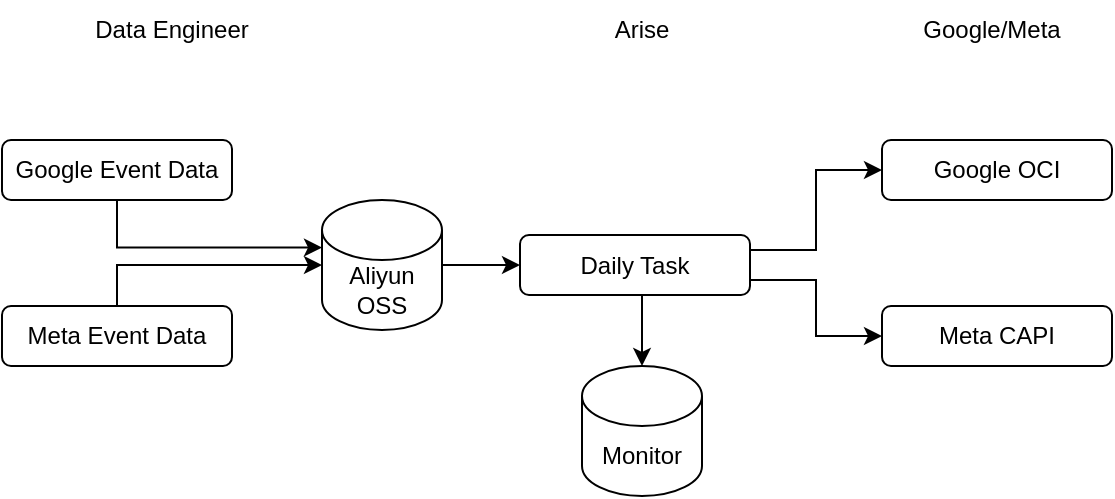
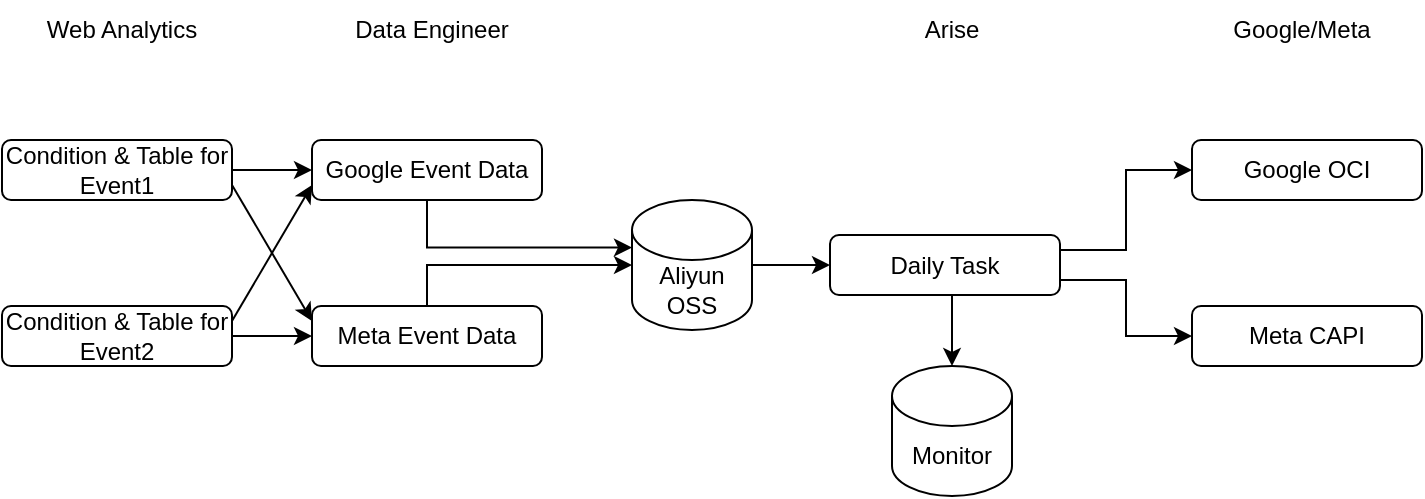
<mxfile host="app.diagrams.net">
  <diagram name="第 1 页" id="qYXcDUSgB2fVjih1zi0r">
-     <mxGraphModel dx="1414" dy="695" grid="1" gridSize="10" guides="1" tooltips="1" connect="1" arrows="1" fold="1" page="1" pageScale="1" pageWidth="827" pageHeight="1169" math="0" shadow="0">
+     <mxGraphModel dx="2241" dy="695" grid="1" gridSize="10" guides="1" tooltips="1" connect="1" arrows="1" fold="1" page="1" pageScale="1" pageWidth="827" pageHeight="1169" math="0" shadow="0">
      <root>
        <mxCell id="0" />
        <mxCell id="1" parent="0" />
        <mxCell id="QlAXcGHhuTlwJjGRX-wu-2" parent="1" style="text;html=1;whiteSpace=wrap;strokeColor=none;fillColor=none;align=center;verticalAlign=middle;rounded=0;" value="Data Engineer" vertex="1">
-           <mxGeometry height="30" width="110" x="70" y="50" as="geometry" />
+           <mxGeometry height="30" width="110" x="45" y="50" as="geometry" />
        </mxCell>
        <mxCell id="QlAXcGHhuTlwJjGRX-wu-3" parent="1" style="text;html=1;whiteSpace=wrap;strokeColor=none;fillColor=none;align=center;verticalAlign=middle;rounded=0;" value="Arise" vertex="1">
          <mxGeometry height="30" width="110" x="305" y="50" as="geometry" />
        </mxCell>
        <mxCell id="QlAXcGHhuTlwJjGRX-wu-4" parent="1" style="text;html=1;whiteSpace=wrap;strokeColor=none;fillColor=none;align=center;verticalAlign=middle;rounded=0;" value="Google/Meta" vertex="1">
          <mxGeometry height="30" width="110" x="480" y="50" as="geometry" />
        </mxCell>
        <mxCell id="QlAXcGHhuTlwJjGRX-wu-5" parent="1" style="rounded=1;whiteSpace=wrap;html=1;" value="Google Event Data" vertex="1">
          <mxGeometry height="30" width="115" x="40" y="120" as="geometry" />
        </mxCell>
        <mxCell id="QlAXcGHhuTlwJjGRX-wu-7" parent="1" style="rounded=1;whiteSpace=wrap;html=1;" value="Meta Event Data" vertex="1">
          <mxGeometry height="30" width="115" x="40" y="203" as="geometry" />
        </mxCell>
        <mxCell id="QlAXcGHhuTlwJjGRX-wu-13" edge="1" parent="1" source="QlAXcGHhuTlwJjGRX-wu-8" style="edgeStyle=orthogonalEdgeStyle;rounded=0;orthogonalLoop=1;jettySize=auto;html=1;exitX=1;exitY=0.5;exitDx=0;exitDy=0;exitPerimeter=0;entryX=0;entryY=0.5;entryDx=0;entryDy=0;" target="QlAXcGHhuTlwJjGRX-wu-12">
          <mxGeometry relative="1" as="geometry" />
        </mxCell>
        <mxCell id="QlAXcGHhuTlwJjGRX-wu-8" parent="1" style="shape=cylinder3;whiteSpace=wrap;html=1;boundedLbl=1;backgroundOutline=1;size=15;" value="Aliyun&lt;div&gt;OSS&lt;/div&gt;" vertex="1">
          <mxGeometry height="65" width="60" x="200" y="150" as="geometry" />
        </mxCell>
        <mxCell id="QlAXcGHhuTlwJjGRX-wu-10" edge="1" parent="1" source="QlAXcGHhuTlwJjGRX-wu-5" style="edgeStyle=orthogonalEdgeStyle;rounded=0;orthogonalLoop=1;jettySize=auto;html=1;exitX=0.5;exitY=1;exitDx=0;exitDy=0;entryX=0;entryY=0;entryDx=0;entryDy=23.75;entryPerimeter=0;" target="QlAXcGHhuTlwJjGRX-wu-8">
          <mxGeometry relative="1" as="geometry" />
        </mxCell>
        <mxCell id="QlAXcGHhuTlwJjGRX-wu-11" edge="1" parent="1" source="QlAXcGHhuTlwJjGRX-wu-7" style="edgeStyle=orthogonalEdgeStyle;rounded=0;orthogonalLoop=1;jettySize=auto;html=1;exitX=0.5;exitY=0;exitDx=0;exitDy=0;entryX=0;entryY=0.5;entryDx=0;entryDy=0;entryPerimeter=0;" target="QlAXcGHhuTlwJjGRX-wu-8">
          <mxGeometry relative="1" as="geometry" />
        </mxCell>
        <mxCell id="QlAXcGHhuTlwJjGRX-wu-18" edge="1" parent="1" source="QlAXcGHhuTlwJjGRX-wu-12" style="edgeStyle=orthogonalEdgeStyle;rounded=0;orthogonalLoop=1;jettySize=auto;html=1;exitX=1;exitY=0.25;exitDx=0;exitDy=0;entryX=0;entryY=0.5;entryDx=0;entryDy=0;" target="QlAXcGHhuTlwJjGRX-wu-16">
          <mxGeometry relative="1" as="geometry" />
        </mxCell>
        <mxCell id="QlAXcGHhuTlwJjGRX-wu-19" edge="1" parent="1" source="QlAXcGHhuTlwJjGRX-wu-12" style="edgeStyle=orthogonalEdgeStyle;rounded=0;orthogonalLoop=1;jettySize=auto;html=1;exitX=1;exitY=0.75;exitDx=0;exitDy=0;entryX=0;entryY=0.5;entryDx=0;entryDy=0;" target="QlAXcGHhuTlwJjGRX-wu-17">
          <mxGeometry relative="1" as="geometry" />
        </mxCell>
        <mxCell id="QlAXcGHhuTlwJjGRX-wu-12" parent="1" style="rounded=1;whiteSpace=wrap;html=1;" value="Daily Task" vertex="1">
          <mxGeometry height="30" width="115" x="299" y="167.5" as="geometry" />
        </mxCell>
        <mxCell id="QlAXcGHhuTlwJjGRX-wu-14" parent="1" style="shape=cylinder3;whiteSpace=wrap;html=1;boundedLbl=1;backgroundOutline=1;size=15;" value="Monitor" vertex="1">
          <mxGeometry height="65" width="60" x="330" y="233" as="geometry" />
        </mxCell>
        <mxCell id="QlAXcGHhuTlwJjGRX-wu-15" edge="1" parent="1" source="QlAXcGHhuTlwJjGRX-wu-12" style="edgeStyle=orthogonalEdgeStyle;rounded=0;orthogonalLoop=1;jettySize=auto;html=1;exitX=0.5;exitY=1;exitDx=0;exitDy=0;entryX=0.5;entryY=0;entryDx=0;entryDy=0;entryPerimeter=0;" target="QlAXcGHhuTlwJjGRX-wu-14">
          <mxGeometry relative="1" as="geometry" />
        </mxCell>
        <mxCell id="QlAXcGHhuTlwJjGRX-wu-16" parent="1" style="rounded=1;whiteSpace=wrap;html=1;" value="Google OCI" vertex="1">
          <mxGeometry height="30" width="115" x="480" y="120" as="geometry" />
        </mxCell>
        <mxCell id="QlAXcGHhuTlwJjGRX-wu-17" parent="1" style="rounded=1;whiteSpace=wrap;html=1;" value="Meta CAPI" vertex="1">
          <mxGeometry height="30" width="115" x="480" y="203" as="geometry" />
        </mxCell>
+         <mxCell id="QlAXcGHhuTlwJjGRX-wu-20" parent="1" style="text;html=1;whiteSpace=wrap;strokeColor=none;fillColor=none;align=center;verticalAlign=middle;rounded=0;" value="Web Analytics" vertex="1">
+           <mxGeometry height="30" width="110" x="-110" y="50" as="geometry" />
+         </mxCell>
+         <mxCell id="QlAXcGHhuTlwJjGRX-wu-23" edge="1" parent="1" source="QlAXcGHhuTlwJjGRX-wu-21" style="edgeStyle=orthogonalEdgeStyle;rounded=0;orthogonalLoop=1;jettySize=auto;html=1;exitX=1;exitY=0.5;exitDx=0;exitDy=0;entryX=0;entryY=0.5;entryDx=0;entryDy=0;" target="QlAXcGHhuTlwJjGRX-wu-5">
+           <mxGeometry relative="1" as="geometry" />
+         </mxCell>
+         <mxCell id="QlAXcGHhuTlwJjGRX-wu-24" edge="1" parent="1" source="QlAXcGHhuTlwJjGRX-wu-21" style="rounded=0;orthogonalLoop=1;jettySize=auto;html=1;exitX=1;exitY=0.75;exitDx=0;exitDy=0;entryX=0;entryY=0.25;entryDx=0;entryDy=0;" target="QlAXcGHhuTlwJjGRX-wu-7">
+           <mxGeometry relative="1" as="geometry" />
+         </mxCell>
+         <mxCell id="QlAXcGHhuTlwJjGRX-wu-21" parent="1" style="rounded=1;whiteSpace=wrap;html=1;" value="Condition &amp;amp; Table for Event1" vertex="1">
+           <mxGeometry height="30" width="115" x="-115" y="120" as="geometry" />
+         </mxCell>
+         <mxCell id="QlAXcGHhuTlwJjGRX-wu-25" edge="1" parent="1" source="QlAXcGHhuTlwJjGRX-wu-22" style="edgeStyle=orthogonalEdgeStyle;rounded=0;orthogonalLoop=1;jettySize=auto;html=1;exitX=1;exitY=0.5;exitDx=0;exitDy=0;entryX=0;entryY=0.5;entryDx=0;entryDy=0;" target="QlAXcGHhuTlwJjGRX-wu-7">
+           <mxGeometry relative="1" as="geometry" />
+         </mxCell>
+         <mxCell id="QlAXcGHhuTlwJjGRX-wu-26" edge="1" parent="1" source="QlAXcGHhuTlwJjGRX-wu-22" style="rounded=0;orthogonalLoop=1;jettySize=auto;html=1;exitX=1;exitY=0.25;exitDx=0;exitDy=0;entryX=0;entryY=0.75;entryDx=0;entryDy=0;" target="QlAXcGHhuTlwJjGRX-wu-5">
+           <mxGeometry relative="1" as="geometry" />
+         </mxCell>
+         <mxCell id="QlAXcGHhuTlwJjGRX-wu-22" parent="1" style="rounded=1;whiteSpace=wrap;html=1;" value="Condition &amp;amp; Table for Event2" vertex="1">
+           <mxGeometry height="30" width="115" x="-115" y="203" as="geometry" />
+         </mxCell>
      </root>
    </mxGraphModel>
  </diagram>
</mxfile>
